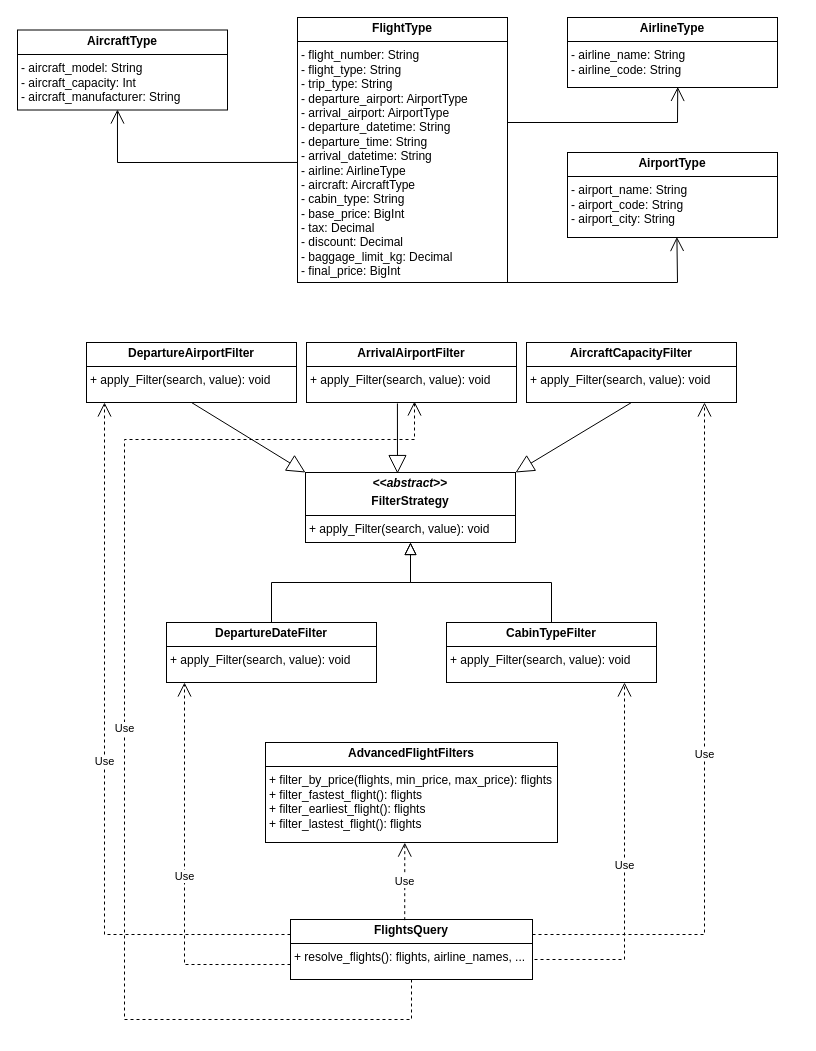
The draw.io diagram Class-Diagram/FlightsFilter-Class-Diagram.drawio in Travel-Booking-Framework/FlightsFilter, before the edit. Source tidied: cells renumbered, new cells numbered last; positions are measured from the earlier drawing's top-left corner, leaving out a move shared by most shapes. Both pictures are drawn from the tidied source at 100%, with x=0, y=0 at pixel (17, 17).
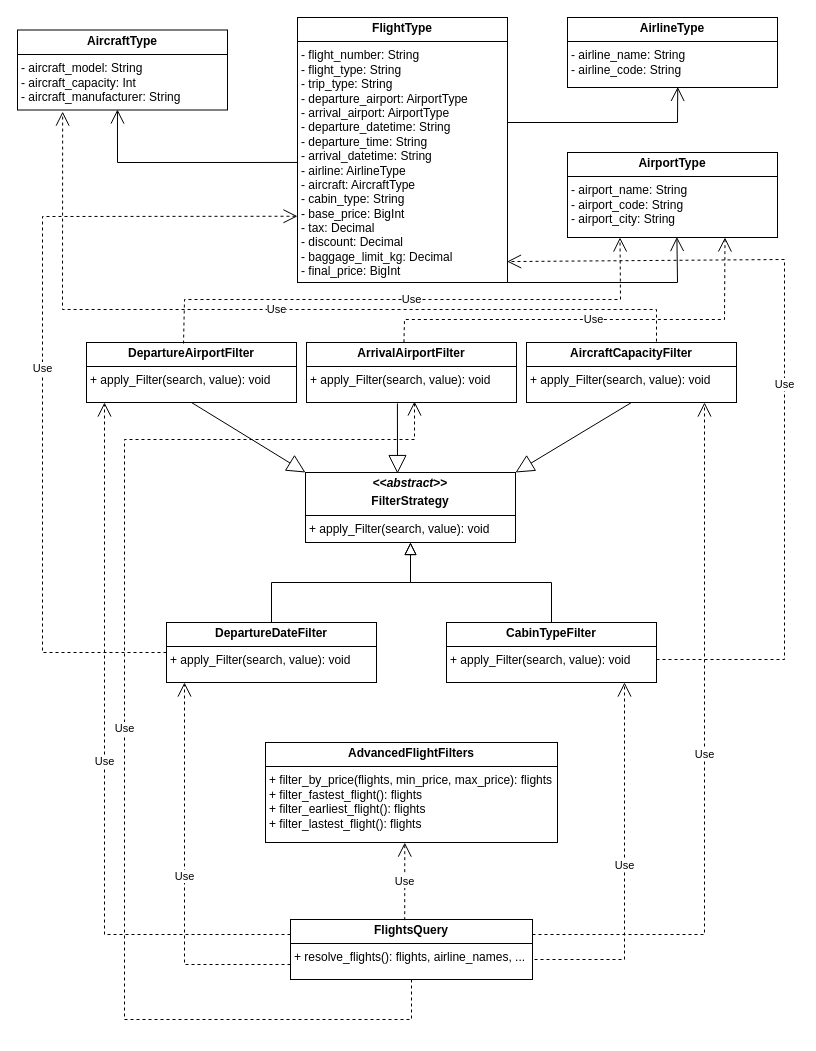
After the change.

Commit message (it also covers changes not shown here):
Modify Class Diagram

The change refers to these unchanged cells:
```xml
<mxCell id="2" value="&lt;p style=&quot;margin:0px;margin-top:4px;text-align:center;&quot;&gt;&lt;b&gt;AircraftType&lt;/b&gt;&lt;/p&gt;&lt;hr size=&quot;1&quot; style=&quot;border-style:solid;&quot;&gt;&lt;p style=&quot;margin:0px;margin-left:4px;&quot;&gt;- aircraft_&lt;span style=&quot;background-color: initial;&quot;&gt;model: String&lt;/span&gt;&lt;/p&gt;&lt;p style=&quot;margin:0px;margin-left:4px;&quot;&gt;&lt;span style=&quot;background-color: initial;&quot;&gt;-&amp;nbsp;&lt;/span&gt;&lt;span style=&quot;background-color: initial;&quot;&gt;aircraft_capacity: Int&lt;/span&gt;&lt;/p&gt;&lt;p style=&quot;margin:0px;margin-left:4px;&quot;&gt;&lt;span style=&quot;background-color: initial;&quot;&gt;-&amp;nbsp;&lt;/span&gt;&lt;span style=&quot;background-color: initial;&quot;&gt;aircraft_manufacturer: String&lt;/span&gt;&lt;/p&gt;" style="verticalAlign=top;align=left;overflow=fill;html=1;whiteSpace=wrap;" parent="1" vertex="1">
  <mxGeometry y="12.5" width="210" height="80" as="geometry" />
</mxCell>
<mxCell id="4" value="&lt;p style=&quot;margin:0px;margin-top:4px;text-align:center;&quot;&gt;&lt;b&gt;AirportType&lt;/b&gt;&lt;/p&gt;&lt;hr size=&quot;1&quot; style=&quot;border-style:solid;&quot;&gt;&lt;p style=&quot;margin:0px;margin-left:4px;&quot;&gt;- airport_name: String&lt;/p&gt;&lt;p style=&quot;margin:0px;margin-left:4px;&quot;&gt;- airport_code: String&lt;br&gt;&lt;/p&gt;&lt;p style=&quot;margin:0px;margin-left:4px;&quot;&gt;- airport_city:&amp;nbsp;&lt;span style=&quot;background-color: initial;&quot;&gt;String&lt;/span&gt;&lt;/p&gt;" style="verticalAlign=top;align=left;overflow=fill;html=1;whiteSpace=wrap;" parent="1" vertex="1">
  <mxGeometry x="550" y="135" width="210" height="85" as="geometry" />
</mxCell>
<mxCell id="5" value="&lt;p style=&quot;margin:0px;margin-top:4px;text-align:center;&quot;&gt;&lt;b&gt;FlightType&lt;/b&gt;&lt;/p&gt;&lt;hr size=&quot;1&quot; style=&quot;border-style:solid;&quot;&gt;&lt;p style=&quot;margin:0px;margin-left:4px;&quot;&gt;- flight_number:&amp;nbsp;&lt;span style=&quot;background-color: initial;&quot;&gt;String&lt;/span&gt;&lt;/p&gt;&lt;p style=&quot;margin:0px;margin-left:4px;&quot;&gt;- flight_type:&amp;nbsp;&lt;span style=&quot;background-color: initial;&quot;&gt;String&lt;/span&gt;&lt;/p&gt;&lt;p style=&quot;margin:0px;margin-left:4px;&quot;&gt;- trip_type:&amp;nbsp;&lt;span style=&quot;background-color: initial;&quot;&gt;String&lt;/span&gt;&lt;/p&gt;&lt;p style=&quot;margin:0px;margin-left:4px;&quot;&gt;- departure_airport: Airport&lt;span style=&quot;background-color: initial;&quot;&gt;Type&lt;/span&gt;&lt;/p&gt;&lt;p style=&quot;margin:0px;margin-left:4px;&quot;&gt;- arrival_airport: Airport&lt;span style=&quot;background-color: initial;&quot;&gt;Type&lt;/span&gt;&lt;/p&gt;&lt;p style=&quot;margin:0px;margin-left:4px;&quot;&gt;- departure_datetime:&amp;nbsp;&lt;span style=&quot;background-color: initial;&quot;&gt;String&lt;/span&gt;&lt;/p&gt;&lt;p style=&quot;margin:0px;margin-left:4px;&quot;&gt;- departure_time: String&lt;/p&gt;&lt;p style=&quot;margin:0px;margin-left:4px;&quot;&gt;- arrival_datetime:&amp;nbsp;&lt;span style=&quot;background-color: initial;&quot;&gt;String&lt;/span&gt;&lt;/p&gt;&lt;p style=&quot;margin:0px;margin-left:4px;&quot;&gt;- airline: AirlineType&lt;/p&gt;&lt;p style=&quot;margin:0px;margin-left:4px;&quot;&gt;- aircraft: Aircraft&lt;span style=&quot;background-color: initial;&quot;&gt;Type&lt;/span&gt;&lt;/p&gt;&lt;p style=&quot;margin:0px;margin-left:4px;&quot;&gt;- cabin_type:&amp;nbsp;&lt;span style=&quot;background-color: initial;&quot;&gt;String&lt;/span&gt;&lt;/p&gt;&lt;p style=&quot;margin:0px;margin-left:4px;&quot;&gt;- base_price: BigInt&lt;/p&gt;&lt;p style=&quot;margin:0px;margin-left:4px;&quot;&gt;- tax: Decimal&lt;/p&gt;&lt;p style=&quot;margin:0px;margin-left:4px;&quot;&gt;- discount: Decimal&lt;/p&gt;&lt;p style=&quot;margin:0px;margin-left:4px;&quot;&gt;- baggage_limit_kg: Decimal&lt;/p&gt;&lt;p style=&quot;margin:0px;margin-left:4px;&quot;&gt;- final_price:&amp;nbsp;&lt;span style=&quot;background-color: initial;&quot;&gt;BigInt&lt;/span&gt;&lt;/p&gt;&lt;p style=&quot;margin:0px;margin-left:4px;&quot;&gt;&lt;br&gt;&lt;/p&gt;" style="verticalAlign=top;align=left;overflow=fill;html=1;whiteSpace=wrap;" parent="1" vertex="1">
  <mxGeometry x="280" width="210" height="265" as="geometry" />
</mxCell>
<mxCell id="12" value="&lt;p style=&quot;margin:0px;margin-top:4px;text-align:center;&quot;&gt;&lt;b&gt;DepartureAirportFilter&lt;/b&gt;&lt;/p&gt;&lt;hr size=&quot;1&quot; style=&quot;border-style:solid;&quot;&gt;&lt;p style=&quot;margin:0px;margin-left:4px;&quot;&gt;+ apply_Filter(search, value): void&lt;/p&gt;" style="verticalAlign=top;align=left;overflow=fill;html=1;whiteSpace=wrap;" parent="1" vertex="1">
  <mxGeometry x="69" y="325" width="210" height="60" as="geometry" />
</mxCell>
<mxCell id="13" value="&lt;p style=&quot;margin:0px;margin-top:4px;text-align:center;&quot;&gt;&lt;b&gt;ArrivalAirportFilter&lt;/b&gt;&lt;/p&gt;&lt;hr size=&quot;1&quot; style=&quot;border-style:solid;&quot;&gt;&lt;p style=&quot;margin:0px;margin-left:4px;&quot;&gt;+ apply_Filter(search, value): void&lt;/p&gt;" style="verticalAlign=top;align=left;overflow=fill;html=1;whiteSpace=wrap;" parent="1" vertex="1">
  <mxGeometry x="289" y="325" width="210" height="60" as="geometry" />
</mxCell>
<mxCell id="15" value="&lt;p style=&quot;margin:0px;margin-top:4px;text-align:center;&quot;&gt;&lt;b&gt;DepartureDateFilter&lt;/b&gt;&lt;/p&gt;&lt;hr size=&quot;1&quot; style=&quot;border-style:solid;&quot;&gt;&lt;p style=&quot;margin:0px;margin-left:4px;&quot;&gt;+ apply_Filter(search, value): void&lt;/p&gt;" style="verticalAlign=top;align=left;overflow=fill;html=1;whiteSpace=wrap;" parent="1" vertex="1">
  <mxGeometry x="149" y="605" width="210" height="60" as="geometry" />
</mxCell>
```

Change to the diagram source:
```diff
@@
+    <mxCell id="28" value="Use" style="endArrow=open;endSize=12;dashed=1;html=1;rounded=0;entryX=0.25;entryY=1;entryDx=0;entryDy=0;exitX=0.462;exitY=0.017;exitDx=0;exitDy=0;exitPerimeter=0;" parent="1" edge="1" source="12" target="4">
+      <mxGeometry relative="1" as="geometry">
+        <Array as="points">
+          <mxPoint x="167" y="282" />
+          <mxPoint x="603" y="282" />
+        </Array>
+      </mxGeometry>
+    </mxCell>
+    <mxCell id="29" value="Use" style="endArrow=open;endSize=12;dashed=1;html=1;rounded=0;entryX=0.75;entryY=1;entryDx=0;entryDy=0;exitX=0.464;exitY=-0.006;exitDx=0;exitDy=0;exitPerimeter=0;" parent="1" edge="1" source="13" target="4">
+      <mxGeometry relative="1" as="geometry">
+        <Array as="points">
+          <mxPoint x="387" y="302" />
+          <mxPoint x="707" y="302" />
+        </Array>
+      </mxGeometry>
+    </mxCell>
+    <mxCell id="30" value="Use" style="endArrow=open;endSize=12;dashed=1;html=1;rounded=0;entryX=0.215;entryY=1.02;entryDx=0;entryDy=0;entryPerimeter=0;" parent="1" edge="1" target="2">
+      <mxGeometry relative="1" as="geometry">
+        <mxPoint x="639" y="324.1" as="sourcePoint" />
+        <Array as="points">
+          <mxPoint x="639" y="292" />
+          <mxPoint x="45" y="292" />
+        </Array>
+      </mxGeometry>
+    </mxCell>
+    <mxCell id="31" value="Use" style="endArrow=open;endSize=12;dashed=1;html=1;rounded=0;entryX=0;entryY=0.75;entryDx=0;entryDy=0;exitX=0;exitY=0.5;exitDx=0;exitDy=0;" parent="1" edge="1" source="15" target="5">
+      <mxGeometry relative="1" as="geometry">
+        <Array as="points">
+          <mxPoint x="25" y="635" />
+          <mxPoint x="25" y="199" />
+        </Array>
+      </mxGeometry>
+    </mxCell>
+    <mxCell id="32" value="Use" style="endArrow=open;endSize=12;dashed=1;html=1;rounded=0;entryX=0.998;entryY=0.921;entryDx=0;entryDy=0;entryPerimeter=0;" parent="1" edge="1" target="5">
+      <mxGeometry relative="1" as="geometry">
+        <mxPoint x="639" y="642" as="sourcePoint" />
+        <Array as="points">
+          <mxPoint x="767" y="642" />
+          <mxPoint x="767" y="242" />
+        </Array>
+      </mxGeometry>
+    </mxCell>
```
